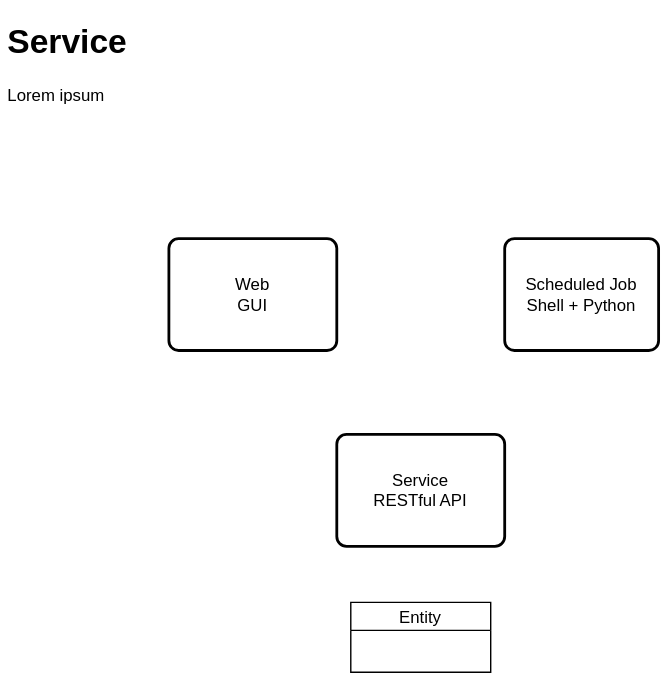
The draw.io diagram OF_Mini_Pipeline.svg in annagapuz/cicd-comparison, before a commit. Source tidied: cells renumbered, new cells last; positions are measured from the earlier drawing's top-left corner, leaving out a move shared by most shapes.
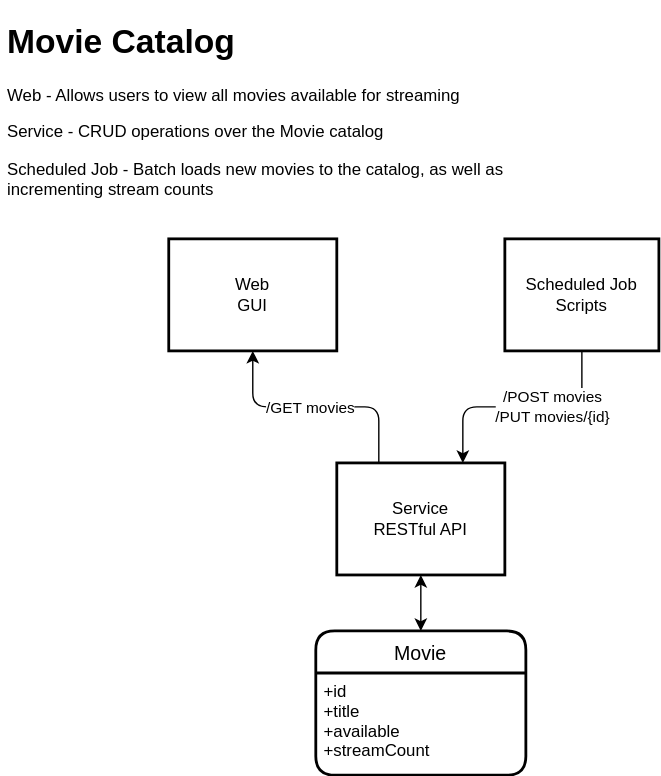
The same file after the commit.

Diff of the diagram source:
```diff
@@ -2,20 +2,38 @@
   <root>
     <mxCell id="0" />
     <mxCell id="1" parent="0" />
+    <mxCell id="7" style="edgeStyle=orthogonalEdgeStyle;curved=0;rounded=1;sketch=0;jettySize=auto;html=1;exitX=0.5;exitY=1;exitDx=0;exitDy=0;entryX=0.5;entryY=0;entryDx=0;entryDy=0;startArrow=classic;startFill=1;" parent="1" edge="1" source="2" target="12">
+      <mxGeometry relative="1" as="geometry" />
+    </mxCell>
-    <mxCell id="2" value="Service&lt;br&gt;&lt;div&gt;RESTful API&lt;/div&gt;" style="rounded=1;whiteSpace=wrap;html=1;absoluteArcSize=1;arcSize=14;strokeWidth=2;sketch=0;" parent="1" vertex="1">
-      <mxGeometry x="240" y="300" width="120" height="80" as="geometry" />
+    <mxCell id="2" value="Service&lt;br&gt;&lt;div&gt;RESTful API&lt;/div&gt;" style="whiteSpace=wrap;html=1;absoluteArcSize=1;arcSize=14;strokeWidth=2;" parent="1" vertex="1">
+      <mxGeometry x="240" y="320" width="120" height="80" as="geometry" />
     </mxCell>
+    <mxCell id="8" style="edgeStyle=orthogonalEdgeStyle;jettySize=auto;html=1;exitX=0.25;exitY=0;exitDx=0;exitDy=0;entryX=0.5;entryY=1;entryDx=0;entryDy=0;" parent="1" edge="1" source="2" target="3">
+      <mxGeometry relative="1" as="geometry" />
+    </mxCell>
+    <mxCell id="9" value="/GET movies" style="edgeLabel;html=1;align=left;verticalAlign=middle;" parent="8" vertex="1">
+      <mxGeometry x="0.43" relative="1" as="geometry" />
+    </mxCell>
-    <mxCell id="3" value="Web&lt;br&gt;GUI" style="rounded=1;whiteSpace=wrap;html=1;absoluteArcSize=1;arcSize=14;strokeWidth=2;sketch=0;" parent="1" vertex="1">
+    <mxCell id="3" value="Web&lt;br&gt;GUI" style="whiteSpace=wrap;html=1;absoluteArcSize=1;arcSize=14;strokeWidth=2;" parent="1" vertex="1">
       <mxGeometry x="120" y="160" width="120" height="80" as="geometry" />
     </mxCell>
+    <mxCell id="10" style="edgeStyle=orthogonalEdgeStyle;jettySize=auto;html=1;exitX=0.5;exitY=1;exitDx=0;exitDy=0;entryX=0.75;entryY=0;entryDx=0;entryDy=0;" parent="1" edge="1" source="4" target="2">
+      <mxGeometry relative="1" as="geometry" />
+    </mxCell>
+    <mxCell id="11" value="&lt;div&gt;/POST movies&lt;/div&gt;&lt;div&gt;/PUT movies/{id}&lt;br&gt;&lt;/div&gt;" style="edgeLabel;html=1;align=center;verticalAlign=middle;" parent="10" vertex="1">
+      <mxGeometry x="-0.25" y="-1" relative="1" as="geometry" />
+    </mxCell>
-    <mxCell id="4" value="&lt;div&gt;Scheduled Job&lt;br&gt;&lt;/div&gt;&lt;div&gt;Shell + Python&lt;br&gt;&lt;/div&gt;" style="rounded=1;whiteSpace=wrap;html=1;absoluteArcSize=1;arcSize=14;strokeWidth=2;sketch=0;" parent="1" vertex="1">
+    <mxCell id="4" value="&lt;div&gt;Scheduled Job&lt;br&gt;&lt;/div&gt;&lt;div&gt;Scripts&lt;br&gt;&lt;/div&gt;" style="whiteSpace=wrap;html=1;absoluteArcSize=1;arcSize=14;strokeWidth=2;" parent="1" vertex="1">
       <mxGeometry x="360" y="160" width="110" height="80" as="geometry" />
     </mxCell>
-    <mxCell id="5" value="Entity" style="swimlane;fontStyle=0;horizontal=1;startSize=20;swimlaneFillColor=#ffffff;rounded=0;sketch=0;" parent="1" vertex="1">
-      <mxGeometry x="250" y="420" width="100" height="50" as="geometry" />
-    </mxCell>
-    <mxCell id="6" value="&lt;h1&gt;Service&lt;br&gt;&lt;/h1&gt;&lt;p&gt;Lorem ipsum&lt;br&gt;&lt;/p&gt;" style="text;html=1;strokeColor=none;fillColor=none;spacing=5;spacingTop=-20;whiteSpace=wrap;overflow=hidden;rounded=0;sketch=0;" parent="1" vertex="1">
-      <mxGeometry width="250" height="120" as="geometry" />
+    <mxCell id="6" value="&lt;h1&gt;Movie Catalog&lt;br&gt;&lt;/h1&gt;&lt;p&gt;Web - Allows users to view all movies available for streaming&lt;/p&gt;&lt;p&gt;Service - CRUD operations over the Movie catalog&lt;/p&gt;&lt;p&gt;Scheduled Job - Batch loads new movies to the catalog, as well as incrementing stream counts&lt;br&gt;&lt;/p&gt;" style="text;html=1;strokeColor=none;fillColor=none;spacing=5;spacingTop=-20;whiteSpace=wrap;overflow=hidden;" parent="1" vertex="1">
+      <mxGeometry width="380" height="140" as="geometry" />
     </mxCell>
+    <mxCell id="12" value="Movie" style="swimlane;horizontal=1;startSize=30;rounded=1;fontSize=14;fontStyle=0;strokeWidth=2;shadow=0;dashed=0;align=center;sketch=0;" parent="1" vertex="1">
+      <mxGeometry x="225" y="440" width="150" height="103" as="geometry" />
+    </mxCell>
+    <mxCell id="13" value="+id&#10;+title&#10;+available&#10;+streamCount" style="align=left;strokeColor=none;fillColor=none;spacingLeft=4;fontSize=12;verticalAlign=top;" parent="12" vertex="1">
+      <mxGeometry y="30" width="150" height="73" as="geometry" />
+    </mxCell>
   </root>
 </mxGraphModel>
```
